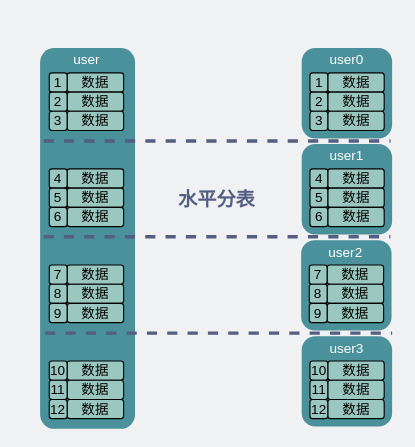
The draw.io diagram network/分表.drawio in xiaobaiTech/image, before the edit. Source tidied: cells renumbered, new cells numbered last; positions are measured from the earlier drawing's top-left corner, leaving out a move shared by most shapes. Both pictures are drawn from the tidied source at 113%, with x=0, y=0 at pixel (40, 47). Pictures stored in the file or linked from it are replaced by grey dashed boxes.
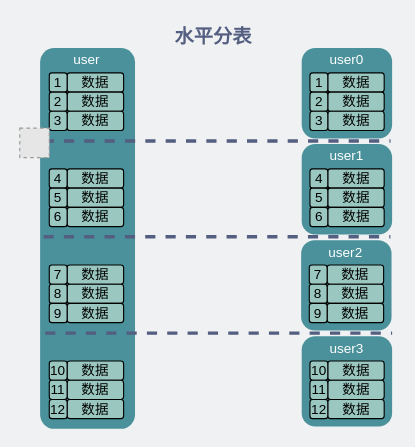
The same diagram, later.

Change to the diagram source:
```diff
@@
     <mxCell id="63" value="&lt;font style=&quot;font-size: 17px;&quot; color=&quot;#535e80&quot;&gt;&lt;b&gt;水平分表&lt;/b&gt;&lt;/font&gt;" style="text;html=1;strokeColor=none;fillColor=none;align=center;verticalAlign=middle;whiteSpace=wrap;rounded=0;" parent="1" vertex="1">
-      <mxGeometry x="120" y="119" width="73" height="32" as="geometry" />
+      <mxGeometry x="117" y="-25" width="73" height="32" as="geometry" />
     </mxCell>
+    <mxCell id="64" style="fillColor=#E6E6E6;strokeColor=#999999;dashed=1;html=1;verticalAlign=top;verticalLabelPosition=bottom;labelBackgroundColor=#ffffff;fontSize=17;fontColor=#535E80;" parent="1" vertex="1">
+      <mxGeometry x="-18" y="70.9" width="26.1" height="26.1" as="geometry" />
+    </mxCell>
```
